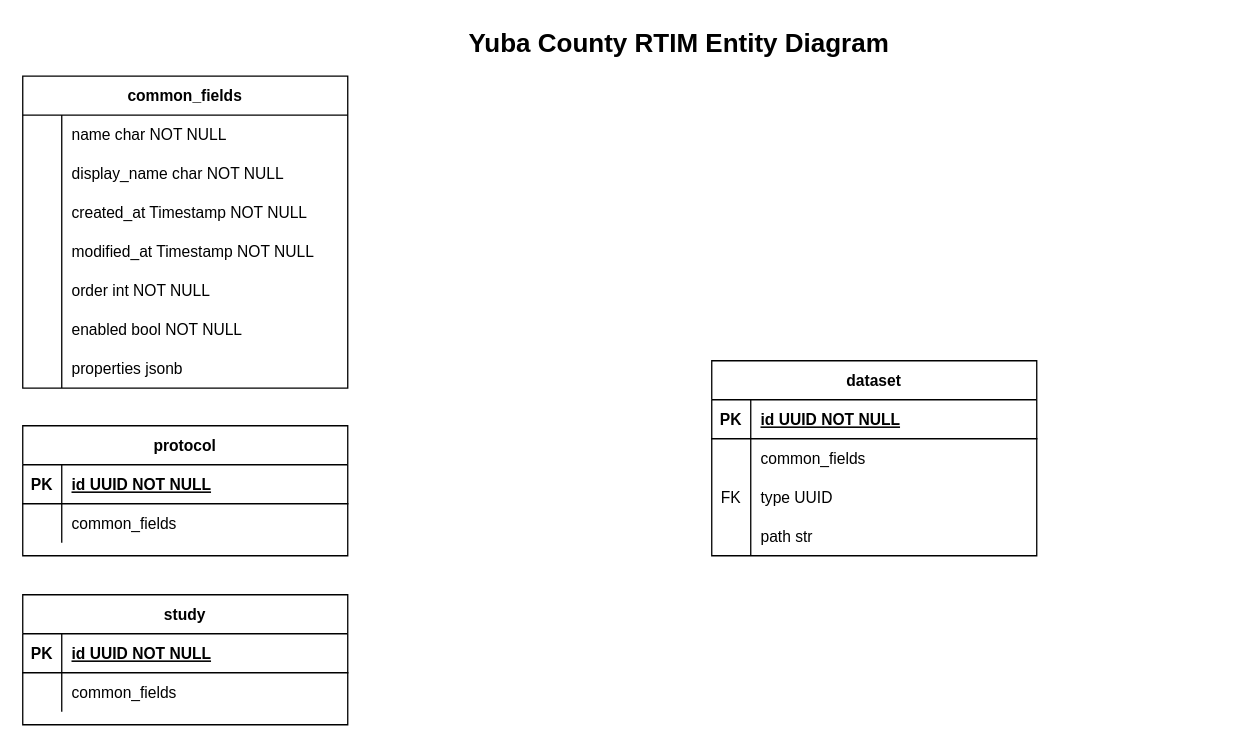
Before: design/teehr-system-entity-diagram.drawio in RTIInternational/teehr, a draw.io diagram. Source tidied: cells renumbered, new cells numbered last; positions are measured from the earlier drawing's top-left corner, leaving out a move shared by most shapes. Both pictures are drawn from the tidied source at 130%, with x=0, y=0 at pixel (22, 22).
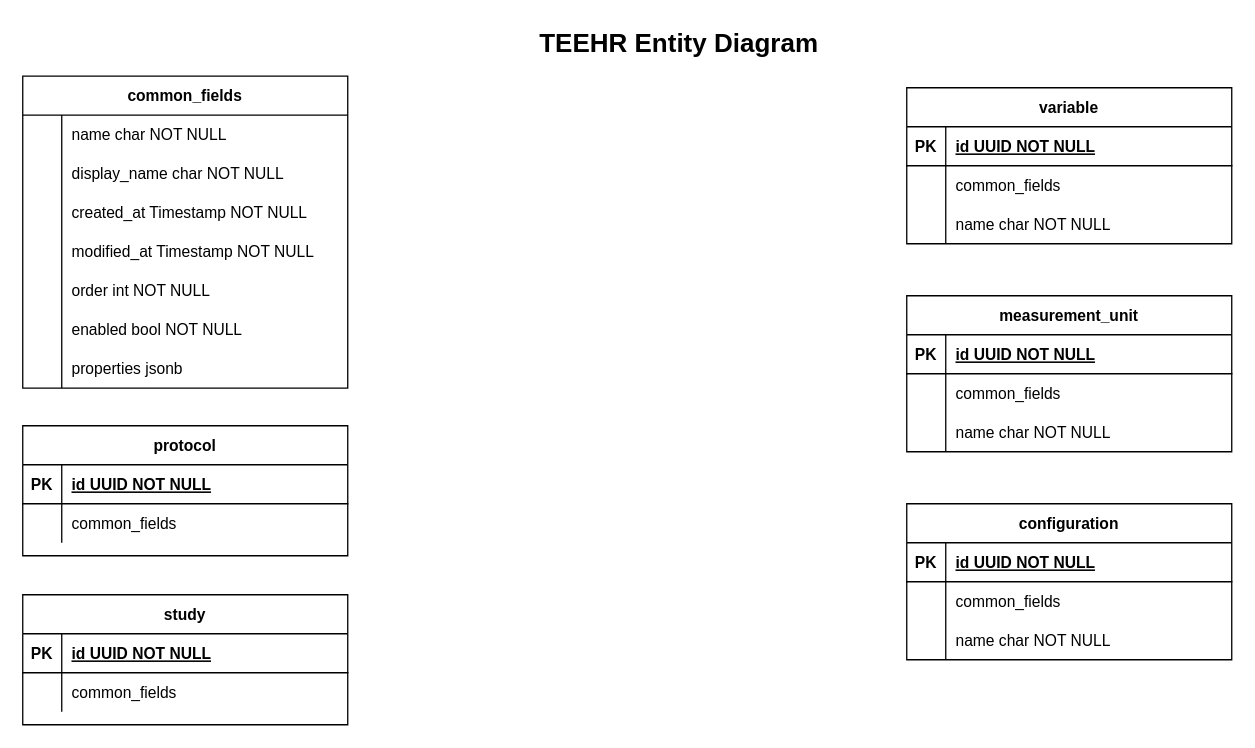
Above is the later version.

Unchanged cells that the change refers to:
```xml
<mxCell id="39" style="shape=partialRectangle;fillColor=none;top=0;left=0;right=0;bottom=0;" parent="32" vertex="1">
  <mxGeometry y="90" width="250" height="30" as="geometry" />
</mxCell>
```

What changed in the source:
```diff
@@
-    <mxCell id="24" value="Yuba County RTIM Entity Diagram" style="text;html=1;strokeColor=none;fillColor=none;align=center;verticalAlign=middle;whiteSpace=wrap;rounded=0;fontSize=20;fontStyle=1;" parent="1" vertex="1">
+    <mxCell id="24" value="TEEHR Entity Diagram" style="text;html=1;strokeColor=none;fillColor=none;align=center;verticalAlign=middle;whiteSpace=wrap;rounded=0;fontSize=20;fontStyle=1;" parent="1" vertex="1">
       <mxGeometry x="340" width="330" height="30" as="geometry" />
     </mxCell>
@@
-    <mxCell id="32" value="dataset" style="shape=table;startSize=30;childLayout=tableLayout;rowLines=0;fontStyle=1;align=center;" parent="1" vertex="1">
-      <mxGeometry x="530" y="260" width="250" height="150" as="geometry" />
+    <mxCell id="32" value="variable" style="shape=table;startSize=30;childLayout=tableLayout;rowLines=0;fontStyle=1;align=center;" parent="1" vertex="1">
+      <mxGeometry x="680" y="50" width="250" height="120" as="geometry" />
     </mxCell>
@@
-    <mxCell id="40" value="FK" style="shape=partialRectangle;overflow=hidden;fillColor=none;top=0;left=0;bottom=0;right=0;" parent="39" vertex="1">
+    <mxCell id="40" style="shape=partialRectangle;overflow=hidden;fillColor=none;top=0;left=0;bottom=0;right=0;" parent="39" vertex="1">
       <mxGeometry width="30" height="30" as="geometry" />
     </mxCell>
-    <mxCell id="41" value="type UUID" style="shape=partialRectangle;overflow=hidden;fillColor=none;top=0;left=0;bottom=0;right=0;align=left;spacingLeft=6;" parent="39" vertex="1">
+    <mxCell id="41" value="name char NOT NULL" style="shape=partialRectangle;overflow=hidden;fillColor=none;top=0;left=0;bottom=0;right=0;align=left;spacingLeft=6;" parent="39" vertex="1">
       <mxGeometry x="30" width="220" height="30" as="geometry" />
     </mxCell>
-    <mxCell id="42" style="shape=partialRectangle;fillColor=none;top=0;left=0;right=0;bottom=0;" parent="32" vertex="1">
-      <mxGeometry y="120" width="250" height="30" as="geometry" />
-    </mxCell>
-    <mxCell id="43" style="shape=partialRectangle;overflow=hidden;fillColor=none;top=0;left=0;bottom=0;right=0;" parent="42" vertex="1">
-      <mxGeometry width="30" height="30" as="geometry" />
-    </mxCell>
-    <mxCell id="44" value="path str" style="shape=partialRectangle;overflow=hidden;fillColor=none;top=0;left=0;bottom=0;right=0;align=left;spacingLeft=6;" parent="42" vertex="1">
-      <mxGeometry x="30" width="220" height="30" as="geometry" />
-    </mxCell>
@@
+    <mxCell id="52" value="measurement_unit" style="shape=table;startSize=30;childLayout=tableLayout;rowLines=0;fontStyle=1;align=center;" parent="1" vertex="1">
+      <mxGeometry x="680" y="210" width="250" height="120" as="geometry" />
+    </mxCell>
+    <mxCell id="53" style="shape=partialRectangle;fillColor=none;top=0;left=0;right=0;bottom=1;" parent="52" vertex="1">
+      <mxGeometry y="30" width="250" height="30" as="geometry" />
+    </mxCell>
+    <mxCell id="54" value="PK" style="shape=partialRectangle;overflow=hidden;fillColor=none;top=0;left=0;bottom=0;right=0;fontStyle=1;" parent="53" vertex="1">
+      <mxGeometry width="30" height="30" as="geometry" />
+    </mxCell>
+    <mxCell id="55" value="id UUID NOT NULL " style="shape=partialRectangle;overflow=hidden;fillColor=none;top=0;left=0;bottom=0;right=0;align=left;spacingLeft=6;fontStyle=5;" parent="53" vertex="1">
+      <mxGeometry x="30" width="220" height="30" as="geometry" />
+    </mxCell>
+    <mxCell id="56" style="shape=partialRectangle;fillColor=none;top=0;left=0;right=0;bottom=0;" parent="52" vertex="1">
+      <mxGeometry y="60" width="250" height="30" as="geometry" />
+    </mxCell>
+    <mxCell id="57" style="shape=partialRectangle;overflow=hidden;fillColor=none;top=0;left=0;bottom=0;right=0;" parent="56" vertex="1">
+      <mxGeometry width="30" height="30" as="geometry" />
+    </mxCell>
+    <mxCell id="58" value="common_fields" style="shape=partialRectangle;overflow=hidden;fillColor=none;top=0;left=0;bottom=0;right=0;align=left;spacingLeft=6;" parent="56" vertex="1">
+      <mxGeometry x="30" width="220" height="30" as="geometry" />
+    </mxCell>
+    <mxCell id="59" style="shape=partialRectangle;fillColor=none;top=0;left=0;right=0;bottom=0;" parent="52" vertex="1">
+      <mxGeometry y="90" width="250" height="30" as="geometry" />
+    </mxCell>
+    <mxCell id="60" style="shape=partialRectangle;overflow=hidden;fillColor=none;top=0;left=0;bottom=0;right=0;" parent="59" vertex="1">
+      <mxGeometry width="30" height="30" as="geometry" />
+    </mxCell>
+    <mxCell id="61" value="name char NOT NULL" style="shape=partialRectangle;overflow=hidden;fillColor=none;top=0;left=0;bottom=0;right=0;align=left;spacingLeft=6;" parent="59" vertex="1">
+      <mxGeometry x="30" width="220" height="30" as="geometry" />
+    </mxCell>
+    <mxCell id="62" value="configuration" style="shape=table;startSize=30;childLayout=tableLayout;rowLines=0;fontStyle=1;align=center;" parent="1" vertex="1">
+      <mxGeometry x="680" y="370" width="250" height="120" as="geometry" />
+    </mxCell>
+    <mxCell id="63" style="shape=partialRectangle;fillColor=none;top=0;left=0;right=0;bottom=1;" parent="62" vertex="1">
+      <mxGeometry y="30" width="250" height="30" as="geometry" />
+    </mxCell>
+    <mxCell id="64" value="PK" style="shape=partialRectangle;overflow=hidden;fillColor=none;top=0;left=0;bottom=0;right=0;fontStyle=1;" parent="63" vertex="1">
+      <mxGeometry width="30" height="30" as="geometry" />
+    </mxCell>
+    <mxCell id="65" value="id UUID NOT NULL " style="shape=partialRectangle;overflow=hidden;fillColor=none;top=0;left=0;bottom=0;right=0;align=left;spacingLeft=6;fontStyle=5;" parent="63" vertex="1">
+      <mxGeometry x="30" width="220" height="30" as="geometry" />
+    </mxCell>
+    <mxCell id="66" style="shape=partialRectangle;fillColor=none;top=0;left=0;right=0;bottom=0;" parent="62" vertex="1">
+      <mxGeometry y="60" width="250" height="30" as="geometry" />
+    </mxCell>
+    <mxCell id="67" style="shape=partialRectangle;overflow=hidden;fillColor=none;top=0;left=0;bottom=0;right=0;" parent="66" vertex="1">
+      <mxGeometry width="30" height="30" as="geometry" />
+    </mxCell>
+    <mxCell id="68" value="common_fields" style="shape=partialRectangle;overflow=hidden;fillColor=none;top=0;left=0;bottom=0;right=0;align=left;spacingLeft=6;" parent="66" vertex="1">
+      <mxGeometry x="30" width="220" height="30" as="geometry" />
+    </mxCell>
+    <mxCell id="69" style="shape=partialRectangle;fillColor=none;top=0;left=0;right=0;bottom=0;" parent="62" vertex="1">
+      <mxGeometry y="90" width="250" height="30" as="geometry" />
+    </mxCell>
+    <mxCell id="70" style="shape=partialRectangle;overflow=hidden;fillColor=none;top=0;left=0;bottom=0;right=0;" parent="69" vertex="1">
+      <mxGeometry width="30" height="30" as="geometry" />
+    </mxCell>
+    <mxCell id="71" value="name char NOT NULL" style="shape=partialRectangle;overflow=hidden;fillColor=none;top=0;left=0;bottom=0;right=0;align=left;spacingLeft=6;" parent="69" vertex="1">
+      <mxGeometry x="30" width="220" height="30" as="geometry" />
+    </mxCell>
```
